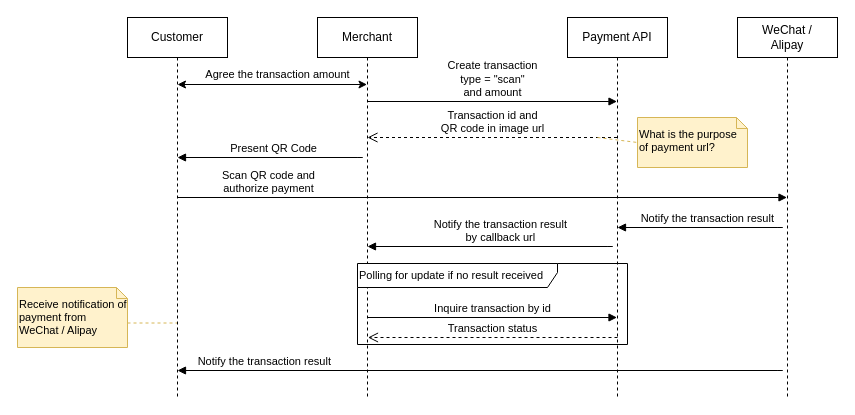
Above: page "Customer Scan QR Code" (2 of 4) of Payment Service.drawio in whalebig27/change-request-process-diagram (draw.io), before the change. Source tidied: cells renumbered, new cells numbered last; positions are measured from the earlier drawing's top-left corner, leaving out a move shared by most shapes. Both pictures are drawn from the tidied source at 100%, with x=0, y=0 at pixel (17, 17).
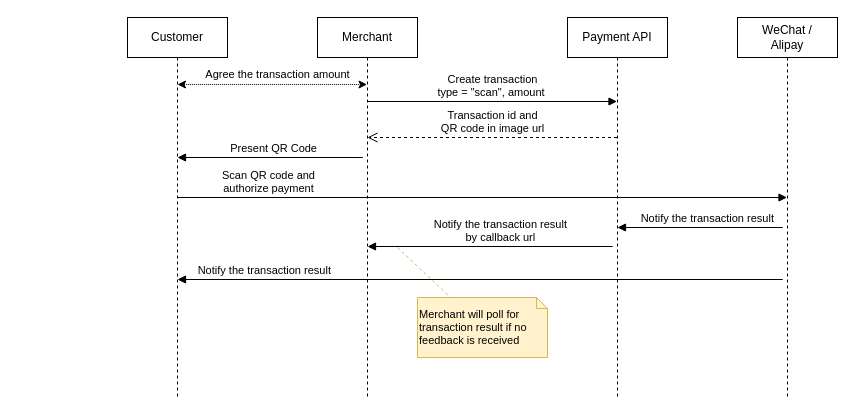
Above is the later version.

Unchanged cells that the change refers to:
```xml
<mxCell id="2" value="Customer" style="shape=umlLifeline;perimeter=lifelinePerimeter;whiteSpace=wrap;html=1;outlineConnect=0;" parent="1" vertex="1">
  <mxGeometry x="110" width="100" height="380" as="geometry" />
</mxCell>
```

Diff of the diagram source:
```diff
@@
-    <mxCell id="6" value="Create transaction&lt;br&gt;type = &quot;scan&quot;&lt;br&gt;&amp;nbsp;and amount&amp;nbsp;&lt;br&gt;" style="html=1;verticalAlign=bottom;endArrow=block;" parent="1" edge="1">
+    <mxCell id="6" value="Create transaction&lt;br&gt;type = &quot;scan&quot;, amount&amp;nbsp;&lt;br&gt;" style="html=1;verticalAlign=bottom;endArrow=block;" parent="1" edge="1">
       <mxGeometry relative="1" as="geometry">
         <mxPoint x="350" y="84" as="sourcePoint" />
         <mxPoint x="599.5" y="84" as="targetPoint" />
         <Array as="points">
           <mxPoint x="350" y="84" />
         </Array>
       </mxGeometry>
     </mxCell>
-    <mxCell id="7" value="Inquire transaction by id&lt;br&gt;" style="html=1;verticalAlign=bottom;endArrow=block;" parent="1" edge="1">
-      <mxGeometry relative="1" as="geometry">
-        <mxPoint x="350" y="300" as="sourcePoint" />
-        <mxPoint x="599.5" y="300" as="targetPoint" />
-        <Array as="points">
-          <mxPoint x="350" y="300" />
-        </Array>
-      </mxGeometry>
-    </mxCell>
-    <mxCell id="8" value="Transaction status" style="html=1;verticalAlign=bottom;endArrow=open;dashed=1;endSize=8;" parent="1" edge="1">
-      <mxGeometry relative="1" as="geometry">
-        <mxPoint x="600" y="320" as="sourcePoint" />
-        <mxPoint x="350.5" y="320" as="targetPoint" />
-      </mxGeometry>
-    </mxCell>
-    <mxCell id="9" value="Receive notification of payment from WeChat / Alipay" style="shape=note;whiteSpace=wrap;html=1;size=11;verticalAlign=top;align=left;spacingTop=4;fontSize=11;fillColor=#fff2cc;strokeColor=#d6b656;" parent="1" vertex="1">
-      <mxGeometry y="270" width="110" height="60" as="geometry" />
-    </mxCell>
-    <mxCell id="10" style="endArrow=none;dashed=1;html=1;fontSize=11;exitX=0;exitY=0;exitDx=110;exitDy=35.5;exitPerimeter=0;fillColor=#fff2cc;strokeColor=#d6b656;" parent="1" edge="1" source="9" target="2">
-      <mxGeometry relative="1" as="geometry" />
-    </mxCell>
@@
-    <mxCell id="13" value="What is the purpose of payment url?" style="shape=note;whiteSpace=wrap;html=1;size=11;verticalAlign=top;align=left;spacingTop=4;fontSize=11;fillColor=#fff2cc;strokeColor=#d6b656;" parent="1" vertex="1">
-      <mxGeometry x="620" y="100" width="110" height="50" as="geometry" />
-    </mxCell>
-    <mxCell id="14" style="endArrow=none;dashed=1;html=1;fontSize=11;entryX=0;entryY=0.5;entryDx=0;entryDy=0;entryPerimeter=0;fillColor=#fff2cc;strokeColor=#d6b656;" parent="1" edge="1" target="13">
-      <mxGeometry relative="1" as="geometry">
-        <mxPoint x="580" y="120" as="sourcePoint" />
-      </mxGeometry>
-    </mxCell>
@@
-    <mxCell id="18" value="Polling for update if no result received" style="shape=umlFrame;whiteSpace=wrap;html=1;width=200;height=24;fontSize=11;align=left;" parent="1" vertex="1">
-      <mxGeometry x="340" y="246" width="270" height="81" as="geometry" />
-    </mxCell>
     <mxCell id="19" value="Notify the transaction result&amp;nbsp;&lt;br&gt;" style="html=1;verticalAlign=bottom;endArrow=block;align=right;" parent="1" edge="1">
       <mxGeometry x="-0.77" relative="1" as="geometry">
-        <mxPoint x="179.5" y="353" as="sourcePoint" />
-        <mxPoint x="160" y="353" as="targetPoint" />
+        <mxPoint x="179.5" y="262" as="sourcePoint" />
+        <mxPoint x="160" y="262" as="targetPoint" />
         <Array as="points">
-          <mxPoint x="770" y="353" />
+          <mxPoint x="770" y="262" />
         </Array>
       </mxGeometry>
     </mxCell>
-    <mxCell id="20" value="Agree the transaction amount" style="endArrow=classic;startArrow=classic;html=1;fontSize=11;align=center;" parent="1" edge="1">
+    <mxCell id="20" value="Agree the transaction amount" style="endArrow=classic;startArrow=classic;html=1;fontSize=11;align=center;dashed=1;dashPattern=1 1;" parent="1" edge="1">
       <mxGeometry x="0.06" y="10" relative="1" as="geometry">
         <mxPoint x="160" y="67" as="sourcePoint" />
         <mxPoint x="349.5" y="67" as="targetPoint" />
       </mxGeometry>
     </mxCell>
+    <mxCell id="21" value="Merchant will poll for transaction result if no feedback is received" style="shape=note;whiteSpace=wrap;html=1;size=11;verticalAlign=top;align=left;spacingTop=4;fontSize=11;fillColor=#fff2cc;strokeColor=#d6b656;" parent="1" vertex="1">
+      <mxGeometry x="400" y="280" width="130" height="60" as="geometry" />
+    </mxCell>
+    <mxCell id="22" style="endArrow=none;dashed=1;html=1;fontSize=11;fillColor=#fff2cc;strokeColor=#d6b656;" parent="1" edge="1" target="21">
+      <mxGeometry relative="1" as="geometry">
+        <mxPoint x="380" y="230" as="sourcePoint" />
+      </mxGeometry>
+    </mxCell>
```
